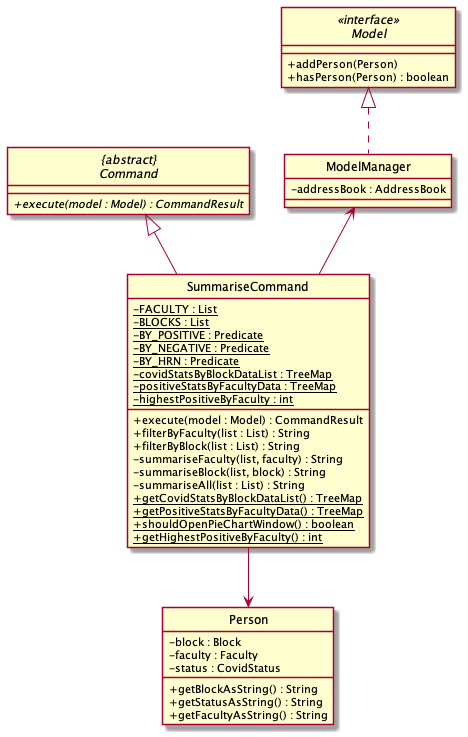
Earlier version of the PlantUML export docs/images/SummariseClassDiagram.png (nus-cs2103-AY2122S2/tp).
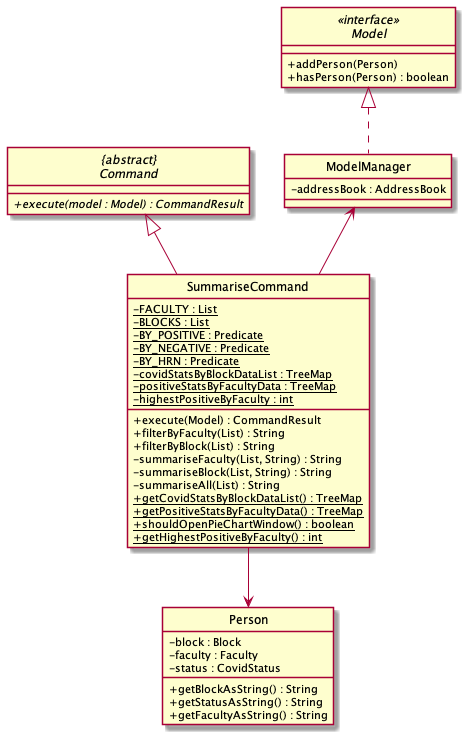
Later version of the same file.

Commit message:
Update Class diagrams for SummariseCommand and PiechartWindow

Change to the diagram source:
```diff
@@ -36,12 +36,12 @@
     - {static} positiveStatsByFacultyData : TreeMap
     - {static} highestPositiveByFaculty : int
 
-    + execute(model : Model) : CommandResult
-    + filterByFaculty(list : List) : String
-    + filterByBlock(list : List) : String
-    - summariseFaculty(list, faculty) : String
-    - summariseBlock(list, block) : String
-    - summariseAll(list : List) : String
+    + execute(Model) : CommandResult
+    + filterByFaculty(List) : String
+    + filterByBlock(List) : String
+    - summariseFaculty(List, String) : String
+    - summariseBlock(List, String) : String
+    - summariseAll(List) : String
     + {static} getCovidStatsByBlockDataList() : TreeMap
     + {static} getPositiveStatsByFacultyData() : TreeMap
     + {static} shouldOpenPieChartWindow() : boolean
```
